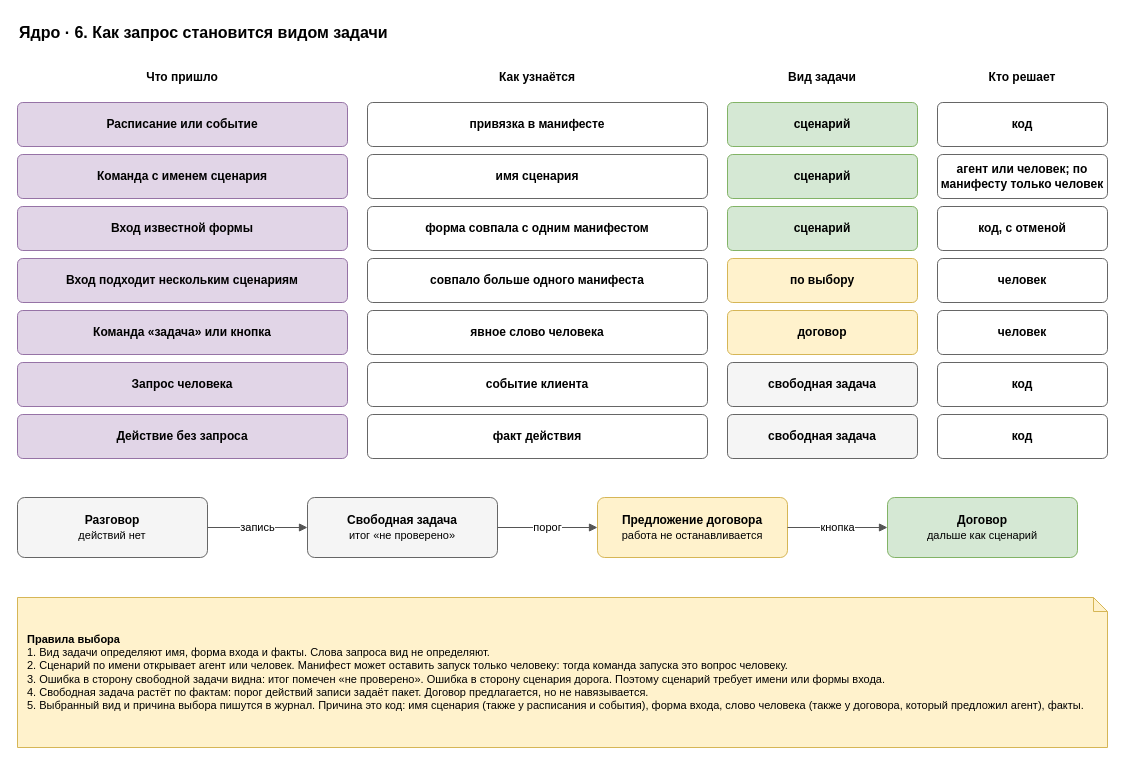
The draw.io diagram page "4. Вид задачи" (4 of 24) of docs/spec/harness-spec.drawio in roygkov/reins, before the edit. Source tidied: cells renumbered, new cells numbered last; positions are measured from the earlier drawing's top-left corner, leaving out a move shared by most shapes. Both pictures are drawn from the tidied source at 100%, with x=0, y=0 at pixel (17, 17).
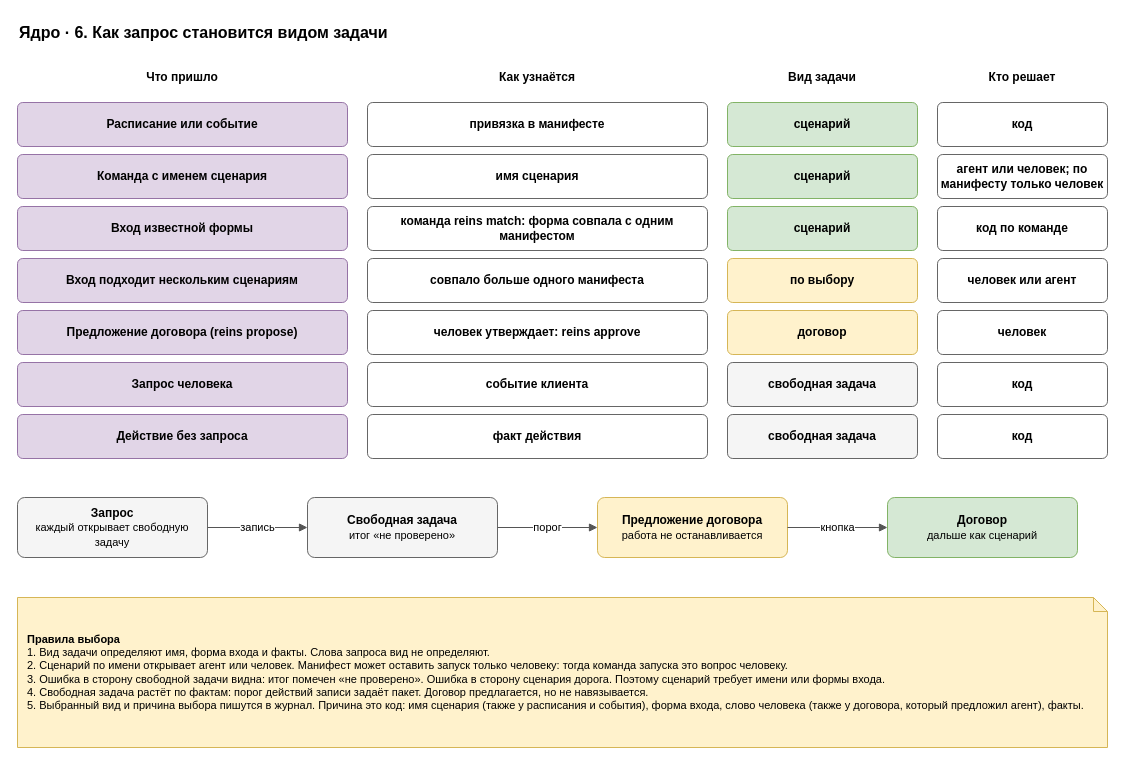
The same diagram, later.

Change to the diagram source:
```diff
@@
-    <mxCell id="16" value="&lt;b&gt;форма совпала с одним манифестом&lt;/b&gt;" style="rounded=1;whiteSpace=wrap;html=1;fillColor=#ffffff;strokeColor=#666666;arcSize=12;fontStyle=0;" parent="1" vertex="1">
+    <mxCell id="16" value="&lt;b&gt;команда reins match: форма совпала с одним манифестом&lt;/b&gt;" style="rounded=1;whiteSpace=wrap;html=1;fillColor=#ffffff;strokeColor=#666666;arcSize=12;fontStyle=0;" parent="1" vertex="1">
       <mxGeometry x="350" y="189" width="340" height="44" as="geometry" />
     </mxCell>
@@
-    <mxCell id="18" value="&lt;b&gt;код, с отменой&lt;/b&gt;" style="rounded=1;whiteSpace=wrap;html=1;fillColor=#ffffff;strokeColor=#666666;arcSize=12;fontStyle=0;" parent="1" vertex="1">
+    <mxCell id="18" value="&lt;b&gt;код по команде&lt;/b&gt;" style="rounded=1;whiteSpace=wrap;html=1;fillColor=#ffffff;strokeColor=#666666;arcSize=12;fontStyle=0;" parent="1" vertex="1">
       <mxGeometry x="920" y="189" width="170" height="44" as="geometry" />
     </mxCell>
@@
-    <mxCell id="22" value="&lt;b&gt;человек&lt;/b&gt;" style="rounded=1;whiteSpace=wrap;html=1;fillColor=#ffffff;strokeColor=#666666;arcSize=12;fontStyle=0;" parent="1" vertex="1">
+    <mxCell id="22" value="&lt;b&gt;человек или агент&lt;/b&gt;" style="rounded=1;whiteSpace=wrap;html=1;fillColor=#ffffff;strokeColor=#666666;arcSize=12;fontStyle=0;" parent="1" vertex="1">
       <mxGeometry x="920" y="241" width="170" height="44" as="geometry" />
     </mxCell>
-    <mxCell id="23" value="&lt;b&gt;Команда «задача» или кнопка&lt;/b&gt;" style="rounded=1;whiteSpace=wrap;html=1;fillColor=#e1d5e7;strokeColor=#9673a6;arcSize=12;" parent="1" vertex="1">
+    <mxCell id="23" value="&lt;b&gt;Предложение договора (reins propose)&lt;/b&gt;" style="rounded=1;whiteSpace=wrap;html=1;fillColor=#e1d5e7;strokeColor=#9673a6;arcSize=12;" parent="1" vertex="1">
       <mxGeometry y="293" width="330" height="44" as="geometry" />
     </mxCell>
-    <mxCell id="24" value="&lt;b&gt;явное слово человека&lt;/b&gt;" style="rounded=1;whiteSpace=wrap;html=1;fillColor=#ffffff;strokeColor=#666666;arcSize=12;fontStyle=0;" parent="1" vertex="1">
+    <mxCell id="24" value="&lt;b&gt;человек утверждает: reins approve&lt;/b&gt;" style="rounded=1;whiteSpace=wrap;html=1;fillColor=#ffffff;strokeColor=#666666;arcSize=12;fontStyle=0;" parent="1" vertex="1">
       <mxGeometry x="350" y="293" width="340" height="44" as="geometry" />
     </mxCell>
@@
-    <mxCell id="35" value="&lt;b&gt;Разговор&lt;/b&gt;&lt;br&gt;&lt;font style=&quot;font-size:11px&quot;&gt;действий нет&lt;/font&gt;" style="rounded=1;whiteSpace=wrap;html=1;fillColor=#f5f5f5;strokeColor=#666666;arcSize=12;" parent="1" vertex="1">
+    <mxCell id="35" value="&lt;b&gt;Запрос&lt;/b&gt;&lt;br&gt;&lt;font style=&quot;font-size:11px&quot;&gt;каждый открывает свободную задачу&lt;/font&gt;" style="rounded=1;whiteSpace=wrap;html=1;fillColor=#f5f5f5;strokeColor=#666666;arcSize=12;" parent="1" vertex="1">
       <mxGeometry y="480" width="190" height="60" as="geometry" />
     </mxCell>
```
